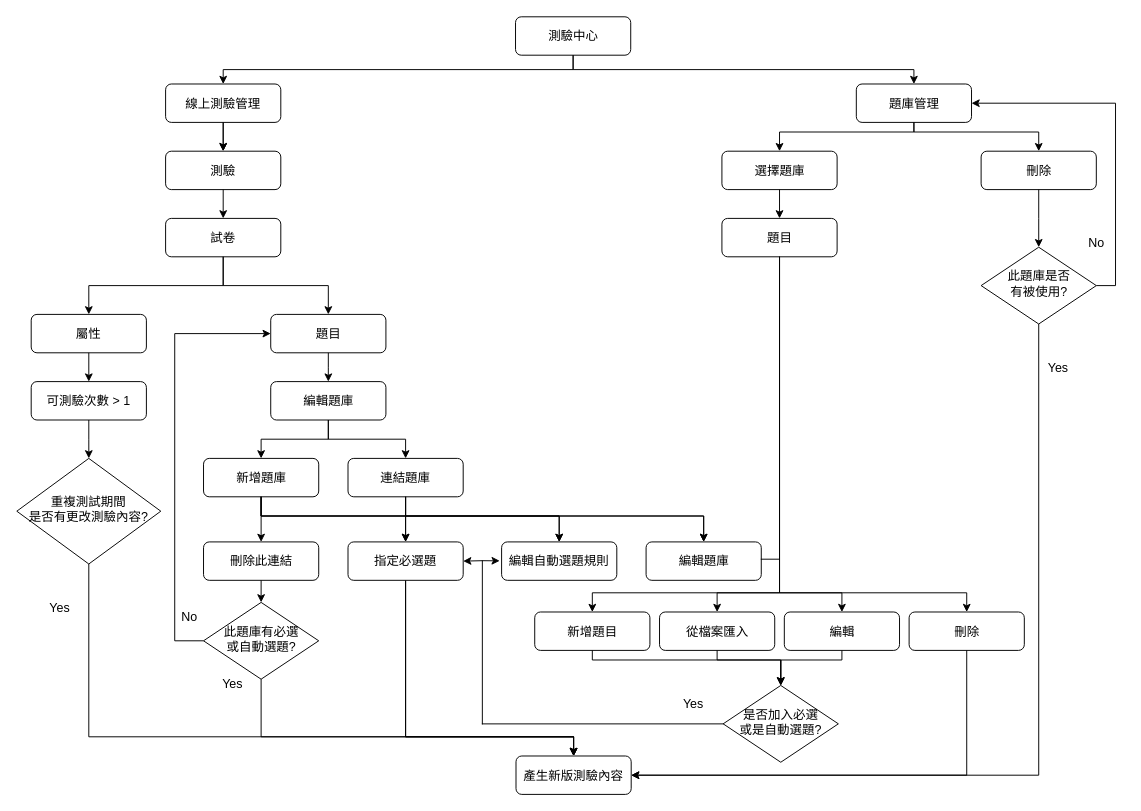
Earlier version of the draw.io diagram 未命名圖表.drawio (zs6184/test). Source tidied: cells renumbered, new cells numbered last; positions are measured from the earlier drawing's top-left corner, leaving out a move shared by most shapes. Both pictures are drawn from the tidied source at 96%, with x=0, y=0 at pixel (16, 16).
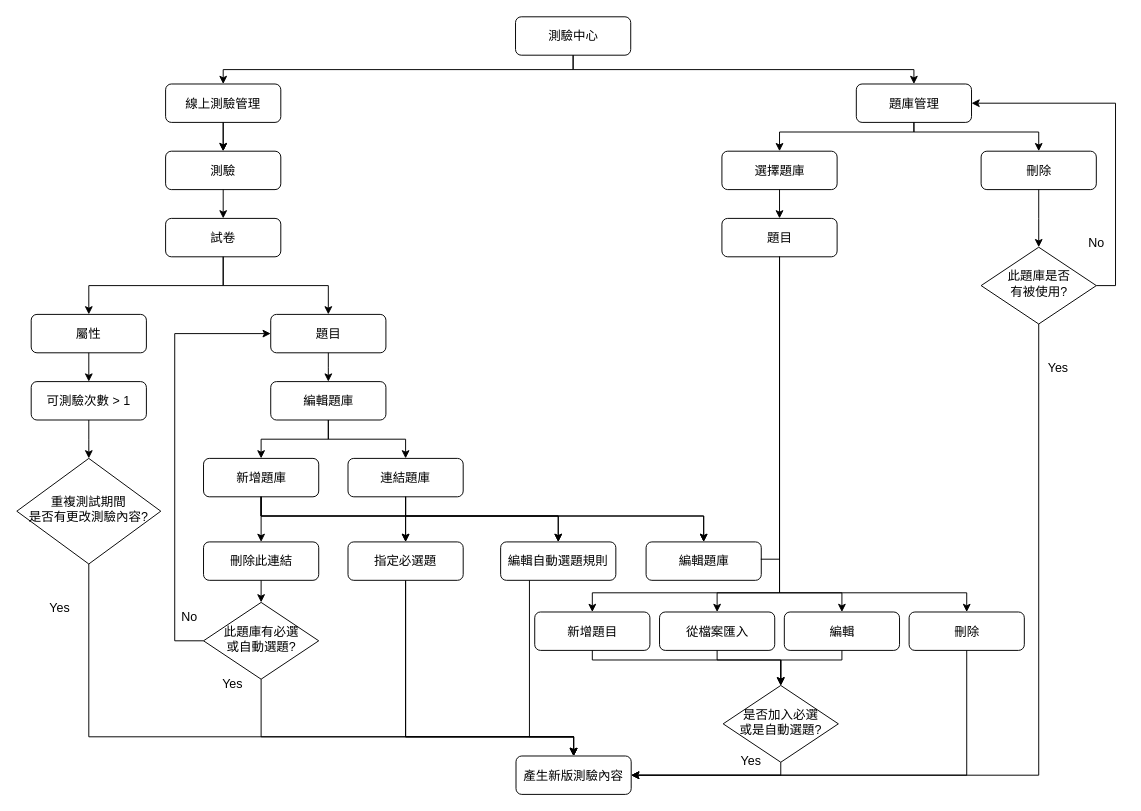
After the change.

Commit message (it also covers changes not shown here):
測驗流程圖.drawio

The change refers to these unchanged cells:
```xml
<mxCell id="35" value="產生新版測驗內容" style="rounded=1;whiteSpace=wrap;html=1;fontSize=13;" parent="1" vertex="1">
  <mxGeometry x="520" y="770" width="120" height="40" as="geometry" />
</mxCell>
<mxCell id="62" value="指定必選題" style="rounded=1;whiteSpace=wrap;html=1;fontSize=13;" parent="1" vertex="1">
  <mxGeometry x="345" y="547" width="120" height="40" as="geometry" />
</mxCell>
<mxCell id="68" value="是否加入必選&lt;br style=&quot;font-size: 13px;&quot;&gt;或是自動選題?" style="rhombus;whiteSpace=wrap;html=1;shadow=0;fontFamily=Helvetica;fontSize=13;align=center;strokeWidth=1;spacing=6;spacingTop=-4;" parent="1" vertex="1">
  <mxGeometry x="735.8" y="696.5" width="120" height="80" as="geometry" />
</mxCell>
```

Diff of the diagram source:
```diff
@@
     <mxCell id="24" value="編輯自動選題規則" style="rounded=1;whiteSpace=wrap;html=1;fontSize=13;" parent="1" vertex="1">
-      <mxGeometry x="505" y="547" width="120" height="40" as="geometry" />
+      <mxGeometry x="504" y="547" width="120" height="40" as="geometry" />
     </mxCell>
@@
-    <mxCell id="69" style="shape=partialRectangle;whiteSpace=wrap;html=1;bottom=0;right=0;fillColor=none;fontSize=13;strokeWidth=1;rotation=-90;" parent="1" vertex="1">
-      <mxGeometry x="525.4" y="526.1" width="170" height="250.9" as="geometry" />
-    </mxCell>
     <mxCell id="70" value="Yes" style="text;html=1;strokeColor=none;fillColor=none;align=center;verticalAlign=middle;whiteSpace=wrap;rounded=0;fontSize=13;" parent="1" vertex="1">
-      <mxGeometry x="674.5" y="700" width="60" height="30" as="geometry" />
+      <mxGeometry x="734.5" y="760" width="60" height="30" as="geometry" />
     </mxCell>
-    <mxCell id="71" style="endArrow=classic;html=1;rounded=0;fontSize=13;exitX=1;exitY=0;exitDx=0;exitDy=0;entryX=0.999;entryY=0.072;entryDx=0;entryDy=0;entryPerimeter=0;" parent="1" edge="1" source="69" target="69">
-      <mxGeometry relative="1" as="geometry" />
-    </mxCell>
-    <mxCell id="72" style="endArrow=classic;html=1;rounded=0;fontSize=13;entryX=1;entryY=0.5;entryDx=0;entryDy=0;exitX=1;exitY=0;exitDx=0;exitDy=0;" parent="1" edge="1" source="69" target="62">
-      <mxGeometry relative="1" as="geometry" />
-    </mxCell>
@@
+    <mxCell id="78" style="edgeStyle=elbowEdgeStyle;elbow=vertical;endArrow=classic;html=1;rounded=0;fontSize=13;" parent="1" edge="1">
+      <mxGeometry relative="1" as="geometry">
+        <mxPoint x="525" y="590" as="sourcePoint" />
+        <mxPoint x="525" y="590" as="targetPoint" />
+      </mxGeometry>
+    </mxCell>
+    <mxCell id="79" style="edgeStyle=elbowEdgeStyle;elbow=vertical;endArrow=classic;html=1;rounded=0;fontSize=13;exitX=0.5;exitY=1;exitDx=0;exitDy=0;entryX=1;entryY=0.5;entryDx=0;entryDy=0;" parent="1" edge="1" source="68" target="35">
+      <mxGeometry relative="1" as="geometry">
+        <Array as="points">
+          <mxPoint x="725" y="790" />
+          <mxPoint x="695" y="750" />
+        </Array>
+      </mxGeometry>
+    </mxCell>
+    <mxCell id="80" style="edgeStyle=elbowEdgeStyle;elbow=vertical;endArrow=classic;html=1;rounded=0;fontSize=13;entryX=0.5;entryY=0;entryDx=0;entryDy=0;exitX=0.25;exitY=1;exitDx=0;exitDy=0;" parent="1" edge="1" source="24" target="35">
+      <mxGeometry relative="1" as="geometry">
+        <Array as="points">
+          <mxPoint x="505" y="750" />
+          <mxPoint x="495" y="750" />
+          <mxPoint x="495" y="670" />
+        </Array>
+      </mxGeometry>
+    </mxCell>
```
